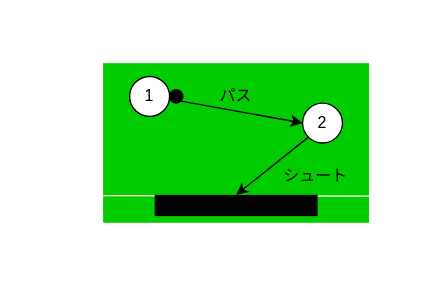
This is 2/play_pattern.drawio from SuperTikuwa/thesis-images, a draw.io file, before an edit. Source tidied: cells renumbered, new cells numbered last; positions are measured from the earlier drawing's top-left corner, leaving out a move shared by most shapes. Both pictures are drawn from the tidied source at 133%, with x=0, y=0 at pixel (102, 63).
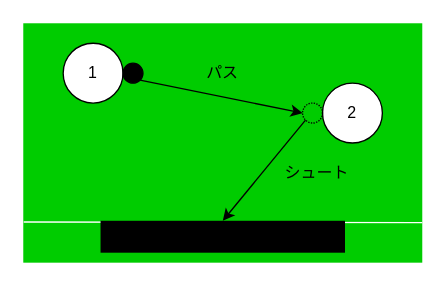
Above is the later version.

Commit message (it also covers changes not shown here):
play_pattern.drawio を更新します

Change to the diagram source:
```diff
@@
 <mxGraphModel>
   <root>
     <mxCell id="0" />
     <mxCell id="1" parent="0" />
-    <mxCell id="2" style="group;" parent="1" vertex="1">
-      <mxGeometry width="200" height="120" as="geometry" />
-    </mxCell>
-    <mxCell id="3" style="whiteSpace=wrap;html=1;strokeColor=none;fillColor=#00CC00;" parent="2" vertex="1">
-      <mxGeometry width="200" height="120" as="geometry" />
-    </mxCell>
+    <mxCell id="13" style="group;" parent="1" vertex="1">
+      <mxGeometry x="-60" y="-30" width="300" height="180" as="geometry" />
+    </mxCell>
+    <mxCell id="14" style="whiteSpace=wrap;html=1;strokeColor=none;fillColor=#00CC00;" parent="13" vertex="1">
+      <mxGeometry width="300" height="180" as="geometry" />
+    </mxCell>
-    <mxCell id="4" value="1" style="ellipse;whiteSpace=wrap;html=1;" parent="2" vertex="1">
-      <mxGeometry x="20" y="10" width="30" height="30" as="geometry" />
+    <mxCell id="4" value="1" style="ellipse;whiteSpace=wrap;html=1;" parent="13" vertex="1">
+      <mxGeometry x="30" y="15" width="45" height="45" as="geometry" />
     </mxCell>
-    <mxCell id="5" value="2" style="ellipse;whiteSpace=wrap;html=1;" parent="2" vertex="1">
-      <mxGeometry x="150" y="30" width="30" height="30" as="geometry" />
+    <mxCell id="5" value="2" style="ellipse;whiteSpace=wrap;html=1;" parent="13" vertex="1">
+      <mxGeometry x="225" y="45" width="45" height="45" as="geometry" />
     </mxCell>
-    <mxCell id="6" style="ellipse;whiteSpace=wrap;html=1;fillColor=#000000;" parent="2" vertex="1">
-      <mxGeometry x="50" y="20" width="10" height="10" as="geometry" />
-    </mxCell>
-    <mxCell id="7" style="endArrow=classic;html=1;rounded=0;exitX=1;exitY=1;exitDx=0;exitDy=0;entryX=0;entryY=0.5;entryDx=0;entryDy=0;" parent="2" edge="1" source="6" target="5">
-      <mxGeometry relative="1" as="geometry" />
-    </mxCell>
-    <mxCell id="8" style="endArrow=none;html=1;rounded=0;exitX=0.001;exitY=0.83;exitDx=0;exitDy=0;exitPerimeter=0;entryX=1;entryY=0.833;entryDx=0;entryDy=0;entryPerimeter=0;strokeColor=#FFFFFF;" parent="2" edge="1" source="3" target="3">
-      <mxGeometry relative="1" as="geometry" />
-    </mxCell>
-    <mxCell id="9" style="rounded=0;whiteSpace=wrap;html=1;strokeColor=none;fillColor=#000000;" parent="2" vertex="1">
-      <mxGeometry x="38.8" y="99" width="122.5" height="16" as="geometry" />
-    </mxCell>
-    <mxCell id="10" style="endArrow=classic;html=1;rounded=0;exitX=0;exitY=1;exitDx=0;exitDy=0;entryX=0.5;entryY=0;entryDx=0;entryDy=0;" parent="2" edge="1" source="5" target="9">
-      <mxGeometry relative="1" as="geometry" />
-    </mxCell>
+    <mxCell id="15" style="ellipse;whiteSpace=wrap;html=1;fillColor=#000000;" parent="13" vertex="1">
+      <mxGeometry x="75" y="30" width="15" height="15" as="geometry" />
+    </mxCell>
+    <mxCell id="16" style="endArrow=classic;html=1;rounded=0;exitX=1;exitY=1;exitDx=0;exitDy=0;entryX=0;entryY=0.5;entryDx=0;entryDy=0;" parent="13" edge="1" source="15" target="20">
+      <mxGeometry relative="1" as="geometry" />
+    </mxCell>
+    <mxCell id="17" style="endArrow=none;html=1;rounded=0;exitX=0.001;exitY=0.83;exitDx=0;exitDy=0;exitPerimeter=0;entryX=1;entryY=0.833;entryDx=0;entryDy=0;entryPerimeter=0;strokeColor=#FFFFFF;" parent="13" edge="1" source="14" target="14">
+      <mxGeometry relative="1" as="geometry" />
+    </mxCell>
+    <mxCell id="18" style="rounded=0;whiteSpace=wrap;html=1;strokeColor=none;fillColor=#000000;" parent="13" vertex="1">
+      <mxGeometry x="58.1" y="148.5" width="183.8" height="24" as="geometry" />
+    </mxCell>
+    <mxCell id="19" style="endArrow=classic;html=1;rounded=0;exitX=0;exitY=1;exitDx=0;exitDy=0;entryX=0.5;entryY=0;entryDx=0;entryDy=0;" parent="13" edge="1" source="20" target="18">
+      <mxGeometry relative="1" as="geometry" />
+    </mxCell>
-    <mxCell id="11" value="パス" style="text;html=1;strokeColor=none;fillColor=none;align=center;verticalAlign=middle;whiteSpace=wrap;rounded=0;" parent="2" vertex="1">
-      <mxGeometry x="70" y="10" width="60" height="30" as="geometry" />
+    <mxCell id="11" value="パス" style="text;html=1;strokeColor=none;fillColor=none;align=center;verticalAlign=middle;whiteSpace=wrap;rounded=0;" parent="13" vertex="1">
+      <mxGeometry x="105" y="15" width="90" height="45" as="geometry" />
     </mxCell>
-    <mxCell id="12" value="シュート" style="text;html=1;strokeColor=none;fillColor=none;align=center;verticalAlign=middle;whiteSpace=wrap;rounded=0;" parent="2" vertex="1">
-      <mxGeometry x="130" y="70" width="60" height="30" as="geometry" />
+    <mxCell id="12" value="シュート" style="text;html=1;strokeColor=none;fillColor=none;align=left;verticalAlign=middle;whiteSpace=wrap;rounded=0;" parent="13" vertex="1">
+      <mxGeometry x="195" y="90" width="105" height="45" as="geometry" />
     </mxCell>
+    <mxCell id="20" style="ellipse;whiteSpace=wrap;html=1;fillColor=none;dashed=1;dashPattern=1 1;" parent="13" vertex="1">
+      <mxGeometry x="210" y="60" width="15" height="15" as="geometry" />
+    </mxCell>
   </root>
 </mxGraphModel>
```
